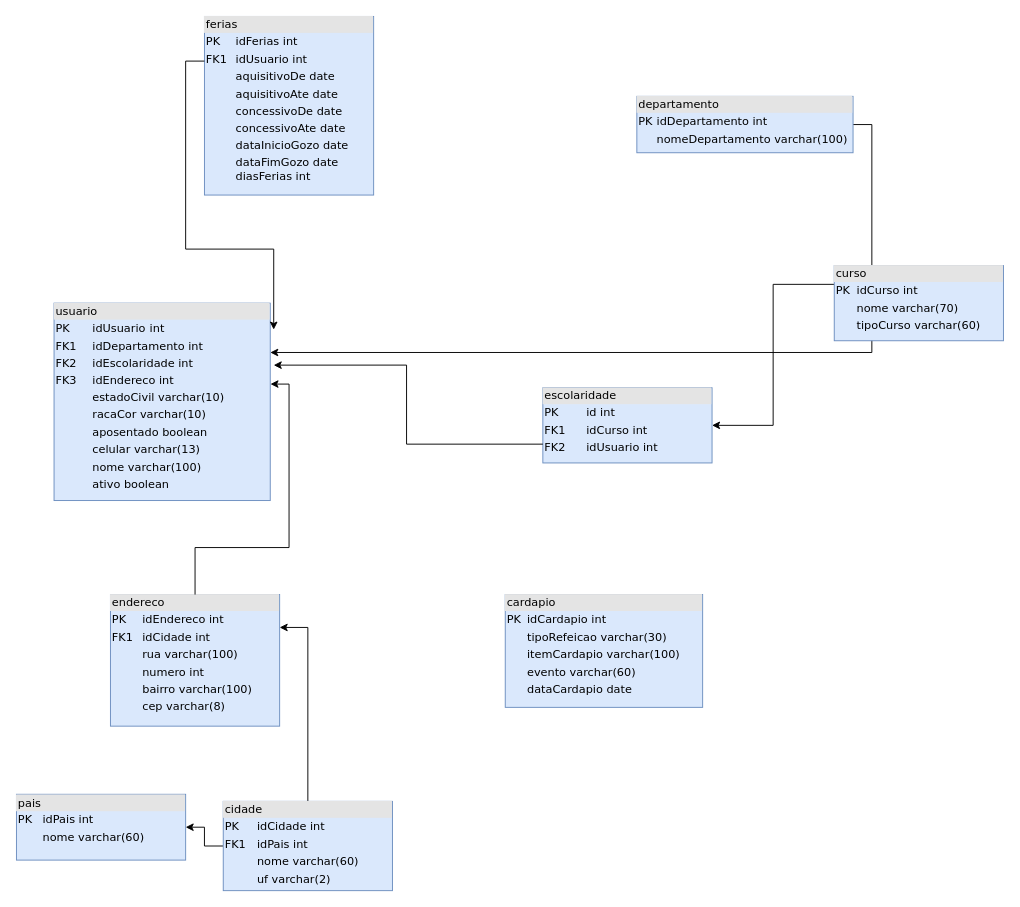
The draw.io diagram Diagrama sem nome.drawio in dominguesVini/HubGest, before the edit. Source tidied: cells renumbered, new cells numbered last; positions are measured from the earlier drawing's top-left corner, leaving out a move shared by most shapes. Both pictures are drawn from the tidied source at 94%, with x=0, y=0 at pixel (16, 16).
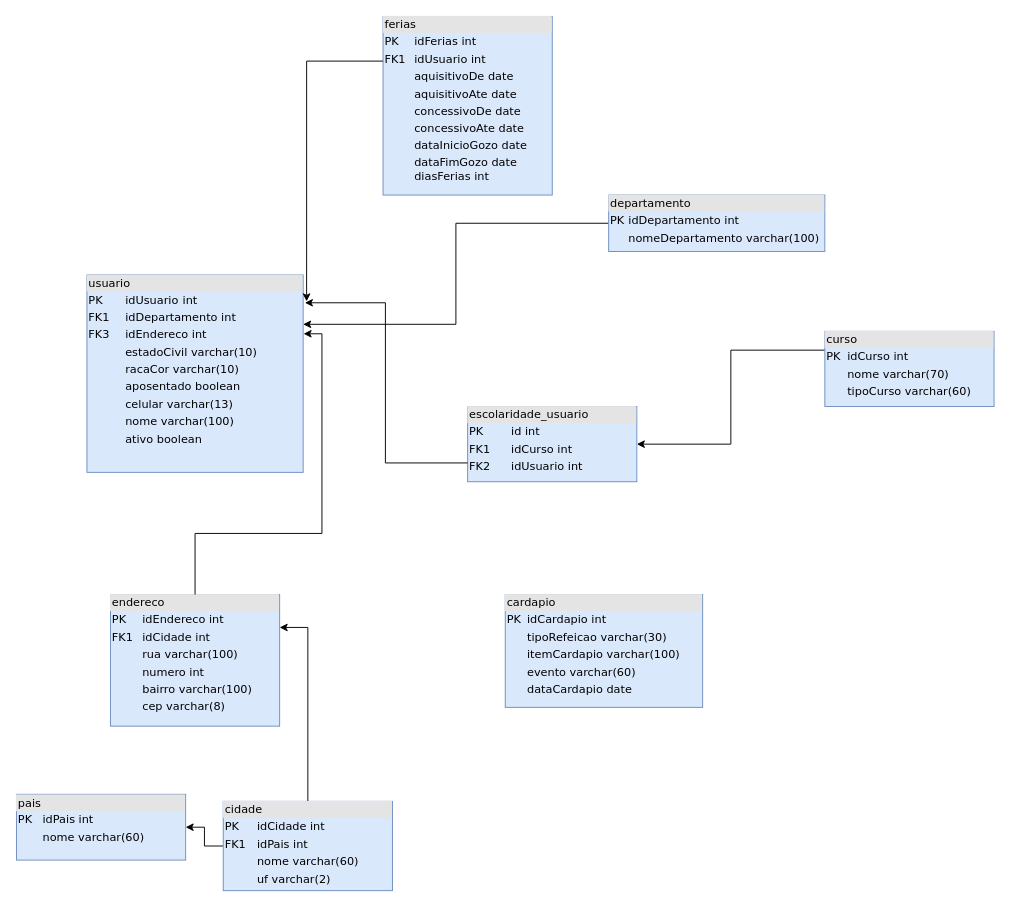
Above is the later version.

Change to the diagram source:
```diff
@@
 <mxGraphModel>
   <root>
     <mxCell id="0" />
     <mxCell id="1" parent="0" />
-    <mxCell id="2" value="&lt;div style=&quot;box-sizing:border-box;width:100%;background:#e4e4e4;padding:2px;&quot;&gt;usuario&lt;/div&gt;&lt;table style=&quot;width:100%;font-size:1em;&quot; cellpadding=&quot;2&quot; cellspacing=&quot;0&quot;&gt;&lt;tbody&gt;&lt;tr&gt;&lt;td&gt;PK&lt;/td&gt;&lt;td&gt;&lt;br&gt;&lt;/td&gt;&lt;td&gt;idUsuario&lt;span style=&quot;white-space: pre;&quot;&gt;&#9;&lt;/span&gt;int&lt;/td&gt;&lt;td&gt;&lt;br&gt;&lt;/td&gt;&lt;/tr&gt;&lt;tr&gt;&lt;td&gt;FK1&lt;/td&gt;&lt;td&gt;&lt;br&gt;&lt;/td&gt;&lt;td&gt;idDepartamento int&lt;/td&gt;&lt;td&gt;&lt;br&gt;&lt;/td&gt;&lt;/tr&gt;&lt;tr&gt;&lt;td&gt;FK2&lt;/td&gt;&lt;td&gt;&lt;br&gt;&lt;/td&gt;&lt;td&gt;idEscolaridade int&lt;/td&gt;&lt;td&gt;&lt;br&gt;&lt;/td&gt;&lt;/tr&gt;&lt;tr&gt;&lt;td&gt;FK3&lt;/td&gt;&lt;td&gt;&lt;br&gt;&lt;/td&gt;&lt;td&gt;idEndereco int&lt;/td&gt;&lt;td&gt;&lt;br&gt;&lt;/td&gt;&lt;/tr&gt;&lt;tr&gt;&lt;td&gt;&amp;nbsp;&amp;nbsp;&lt;/td&gt;&lt;td&gt;&lt;br&gt;&lt;/td&gt;&lt;td&gt;estadoCivil varchar(10)&lt;/td&gt;&lt;td&gt;&lt;br&gt;&lt;/td&gt;&lt;/tr&gt;&lt;tr&gt;&lt;td&gt;&lt;br&gt;&lt;/td&gt;&lt;td&gt;&lt;br&gt;&lt;/td&gt;&lt;td&gt;racaCor varchar(10)&lt;/td&gt;&lt;td&gt;&lt;br&gt;&lt;/td&gt;&lt;/tr&gt;&lt;tr&gt;&lt;td&gt;&lt;br&gt;&lt;/td&gt;&lt;td&gt;&lt;br&gt;&lt;/td&gt;&lt;td&gt;aposentado boolean&lt;/td&gt;&lt;td&gt;&lt;br&gt;&lt;/td&gt;&lt;/tr&gt;&lt;tr&gt;&lt;td&gt;&lt;br&gt;&lt;/td&gt;&lt;td&gt;&lt;br&gt;&lt;/td&gt;&lt;td&gt;celular varchar(13)&lt;/td&gt;&lt;td&gt;&lt;br&gt;&lt;/td&gt;&lt;/tr&gt;&lt;tr&gt;&lt;td&gt;&lt;br&gt;&lt;/td&gt;&lt;td&gt;&lt;br&gt;&lt;/td&gt;&lt;td&gt;nome varchar(100)&lt;/td&gt;&lt;td&gt;&lt;br&gt;&lt;/td&gt;&lt;/tr&gt;&lt;tr&gt;&lt;td&gt;&lt;br&gt;&lt;/td&gt;&lt;td&gt;&lt;br&gt;&lt;/td&gt;&lt;td&gt;ativo boolean&lt;/td&gt;&lt;td&gt;&lt;br&gt;&lt;/td&gt;&lt;/tr&gt;&lt;/tbody&gt;&lt;/table&gt;" style="verticalAlign=top;align=left;overflow=fill;html=1;rounded=0;shadow=0;comic=0;labelBackgroundColor=none;strokeWidth=1;fontFamily=Verdana;fontSize=12;fillColor=#dae8fc;strokeColor=#6c8ebf;" parent="1" vertex="1">
-      <mxGeometry x="40" y="305" width="230" height="210" as="geometry" />
+    <mxCell id="2" value="&lt;div style=&quot;box-sizing:border-box;width:100%;background:#e4e4e4;padding:2px;&quot;&gt;usuario&lt;/div&gt;&lt;table style=&quot;width:100%;font-size:1em;&quot; cellpadding=&quot;2&quot; cellspacing=&quot;0&quot;&gt;&lt;tbody&gt;&lt;tr&gt;&lt;td&gt;PK&lt;/td&gt;&lt;td&gt;&lt;br&gt;&lt;/td&gt;&lt;td&gt;idUsuario&lt;span style=&quot;white-space: pre;&quot;&gt;&#9;&lt;/span&gt;int&lt;/td&gt;&lt;td&gt;&lt;br&gt;&lt;/td&gt;&lt;/tr&gt;&lt;tr&gt;&lt;td&gt;FK1&lt;/td&gt;&lt;td&gt;&lt;br&gt;&lt;/td&gt;&lt;td&gt;idDepartamento int&lt;/td&gt;&lt;td&gt;&lt;br&gt;&lt;/td&gt;&lt;/tr&gt;&lt;tr&gt;&lt;td&gt;FK3&lt;/td&gt;&lt;td&gt;&lt;br&gt;&lt;/td&gt;&lt;td&gt;idEndereco int&lt;/td&gt;&lt;td&gt;&lt;br&gt;&lt;/td&gt;&lt;/tr&gt;&lt;tr&gt;&lt;td&gt;&amp;nbsp;&amp;nbsp;&lt;/td&gt;&lt;td&gt;&lt;br&gt;&lt;/td&gt;&lt;td&gt;estadoCivil varchar(10)&lt;/td&gt;&lt;td&gt;&lt;br&gt;&lt;/td&gt;&lt;/tr&gt;&lt;tr&gt;&lt;td&gt;&lt;br&gt;&lt;/td&gt;&lt;td&gt;&lt;br&gt;&lt;/td&gt;&lt;td&gt;racaCor varchar(10)&lt;/td&gt;&lt;td&gt;&lt;br&gt;&lt;/td&gt;&lt;/tr&gt;&lt;tr&gt;&lt;td&gt;&lt;br&gt;&lt;/td&gt;&lt;td&gt;&lt;br&gt;&lt;/td&gt;&lt;td&gt;aposentado boolean&lt;/td&gt;&lt;td&gt;&lt;br&gt;&lt;/td&gt;&lt;/tr&gt;&lt;tr&gt;&lt;td&gt;&lt;br&gt;&lt;/td&gt;&lt;td&gt;&lt;br&gt;&lt;/td&gt;&lt;td&gt;celular varchar(13)&lt;/td&gt;&lt;td&gt;&lt;br&gt;&lt;/td&gt;&lt;/tr&gt;&lt;tr&gt;&lt;td&gt;&lt;br&gt;&lt;/td&gt;&lt;td&gt;&lt;br&gt;&lt;/td&gt;&lt;td&gt;nome varchar(100)&lt;/td&gt;&lt;td&gt;&lt;br&gt;&lt;/td&gt;&lt;/tr&gt;&lt;tr&gt;&lt;td&gt;&lt;br&gt;&lt;/td&gt;&lt;td&gt;&lt;br&gt;&lt;/td&gt;&lt;td&gt;ativo boolean&lt;/td&gt;&lt;td&gt;&lt;br&gt;&lt;/td&gt;&lt;/tr&gt;&lt;/tbody&gt;&lt;/table&gt;" style="verticalAlign=top;align=left;overflow=fill;html=1;rounded=0;shadow=0;comic=0;labelBackgroundColor=none;strokeWidth=1;fontFamily=Verdana;fontSize=12;fillColor=#dae8fc;strokeColor=#6c8ebf;" parent="1" vertex="1">
+      <mxGeometry x="75" y="275" width="230" height="210" as="geometry" />
     </mxCell>
-    <mxCell id="3" value="&lt;div style=&quot;box-sizing: border-box ; width: 100% ; background: #e4e4e4 ; padding: 2px&quot;&gt;escolaridade&lt;/div&gt;&lt;table style=&quot;width: 100% ; font-size: 1em&quot; cellpadding=&quot;2&quot; cellspacing=&quot;0&quot;&gt;&lt;tbody&gt;&lt;tr&gt;&lt;td&gt;PK&lt;/td&gt;&lt;td&gt;id int&lt;/td&gt;&lt;/tr&gt;&lt;tr&gt;&lt;td&gt;FK1&lt;/td&gt;&lt;td&gt;idCurso int&lt;/td&gt;&lt;/tr&gt;&lt;tr&gt;&lt;td&gt;FK2&lt;/td&gt;&lt;td&gt;idUsuario int&lt;/td&gt;&lt;/tr&gt;&lt;/tbody&gt;&lt;/table&gt;" style="verticalAlign=top;align=left;overflow=fill;html=1;rounded=0;shadow=0;comic=0;labelBackgroundColor=none;strokeWidth=1;fontFamily=Verdana;fontSize=12;fillColor=#dae8fc;strokeColor=#6c8ebf;" parent="1" vertex="1">
-      <mxGeometry x="560" y="395" width="180" height="80" as="geometry" />
-    </mxCell>
     <mxCell id="4" value="&lt;div style=&quot;box-sizing: border-box ; width: 100% ; background: #e4e4e4 ; padding: 2px&quot;&gt;endereco&lt;/div&gt;&lt;table style=&quot;width: 100% ; font-size: 1em&quot; cellpadding=&quot;2&quot; cellspacing=&quot;0&quot;&gt;&lt;tbody&gt;&lt;tr&gt;&lt;td&gt;PK&lt;/td&gt;&lt;td&gt;idEndereco int&lt;/td&gt;&lt;/tr&gt;&lt;tr&gt;&lt;td&gt;FK1&lt;/td&gt;&lt;td&gt;idCidade int&lt;/td&gt;&lt;/tr&gt;&lt;tr&gt;&lt;td&gt;&lt;br&gt;&lt;/td&gt;&lt;td&gt;rua varchar(100)&lt;/td&gt;&lt;/tr&gt;&lt;tr&gt;&lt;td&gt;&lt;/td&gt;&lt;td&gt;numero int&lt;/td&gt;&lt;/tr&gt;&lt;tr&gt;&lt;td&gt;&lt;br&gt;&lt;/td&gt;&lt;td&gt;bairro varchar(100)&lt;br&gt;&lt;/td&gt;&lt;/tr&gt;&lt;tr&gt;&lt;td&gt;&lt;br&gt;&lt;/td&gt;&lt;td&gt;cep varchar(8)&lt;/td&gt;&lt;/tr&gt;&lt;tr&gt;&lt;td&gt;&lt;br&gt;&lt;/td&gt;&lt;td&gt;&lt;br&gt;&lt;/td&gt;&lt;/tr&gt;&lt;/tbody&gt;&lt;/table&gt;" style="verticalAlign=top;align=left;overflow=fill;html=1;rounded=0;shadow=0;comic=0;labelBackgroundColor=none;strokeWidth=1;fontFamily=Verdana;fontSize=12;fillColor=#dae8fc;strokeColor=#6c8ebf;" parent="1" vertex="1">
       <mxGeometry x="100" y="615" width="180" height="140" as="geometry" />
     </mxCell>
-    <mxCell id="5" style="edgeStyle=orthogonalEdgeStyle;rounded=0;jettySize=auto;html=1;exitX=1;exitY=0.5;exitDx=0;exitDy=0;entryX=1;entryY=0.25;entryDx=0;entryDy=0;" parent="1" edge="1" source="6" target="2">
+    <mxCell id="5" style="edgeStyle=orthogonalEdgeStyle;rounded=0;jettySize=auto;html=1;exitX=0;exitY=0.5;exitDx=0;exitDy=0;entryX=1;entryY=0.25;entryDx=0;entryDy=0;" parent="1" edge="1" source="6" target="2">
       <mxGeometry relative="1" as="geometry" />
     </mxCell>
     <mxCell id="6" value="&lt;div style=&quot;box-sizing: border-box ; width: 100% ; background: #e4e4e4 ; padding: 2px&quot;&gt;departamento&lt;/div&gt;&lt;table style=&quot;width: 100% ; font-size: 1em&quot; cellpadding=&quot;2&quot; cellspacing=&quot;0&quot;&gt;&lt;tbody&gt;&lt;tr&gt;&lt;td&gt;PK&lt;/td&gt;&lt;td&gt;idDepartamento int&lt;/td&gt;&lt;/tr&gt;&lt;tr&gt;&lt;td&gt;&lt;br&gt;&lt;/td&gt;&lt;td&gt;nomeDepartamento varchar(100)&lt;br&gt;&lt;/td&gt;&lt;/tr&gt;&lt;/tbody&gt;&lt;/table&gt;" style="verticalAlign=top;align=left;overflow=fill;html=1;rounded=0;shadow=0;comic=0;labelBackgroundColor=none;strokeWidth=1;fontFamily=Verdana;fontSize=12;fillColor=#dae8fc;strokeColor=#6c8ebf;" parent="1" vertex="1">
-      <mxGeometry x="660" y="85" width="230" height="60" as="geometry" />
+      <mxGeometry x="630" y="190" width="230" height="60" as="geometry" />
     </mxCell>
     <mxCell id="7" value="&lt;div style=&quot;box-sizing: border-box ; width: 100% ; background: #e4e4e4 ; padding: 2px&quot;&gt;ferias&lt;/div&gt;&lt;table style=&quot;width: 100% ; font-size: 1em&quot; cellpadding=&quot;2&quot; cellspacing=&quot;0&quot;&gt;&lt;tbody&gt;&lt;tr&gt;&lt;td&gt;PK&lt;/td&gt;&lt;td&gt;idFerias int&lt;/td&gt;&lt;/tr&gt;&lt;tr&gt;&lt;td&gt;FK1&lt;/td&gt;&lt;td&gt;idUsuario int&lt;/td&gt;&lt;/tr&gt;&lt;tr&gt;&lt;td&gt;&lt;/td&gt;&lt;td&gt;aquisitivoDe date&lt;/td&gt;&lt;/tr&gt;&lt;tr&gt;&lt;td&gt;&lt;br&gt;&lt;/td&gt;&lt;td&gt;aquisitivoAte date&lt;br&gt;&lt;/td&gt;&lt;/tr&gt;&lt;tr&gt;&lt;td&gt;&lt;br&gt;&lt;/td&gt;&lt;td&gt;concessivoDe date&lt;br&gt;&lt;/td&gt;&lt;/tr&gt;&lt;tr&gt;&lt;td&gt;&lt;br&gt;&lt;/td&gt;&lt;td&gt;concessivoAte date&lt;/td&gt;&lt;/tr&gt;&lt;tr&gt;&lt;td&gt;&lt;br&gt;&lt;/td&gt;&lt;td&gt;dataInicioGozo date&lt;/td&gt;&lt;/tr&gt;&lt;tr&gt;&lt;td&gt;&lt;br&gt;&lt;/td&gt;&lt;td&gt;dataFimGozo date&lt;br&gt;diasFerias int&lt;/td&gt;&lt;/tr&gt;&lt;/tbody&gt;&lt;/table&gt;" style="verticalAlign=top;align=left;overflow=fill;html=1;rounded=0;shadow=0;comic=0;labelBackgroundColor=none;strokeWidth=1;fontFamily=Verdana;fontSize=12;fillColor=#dae8fc;strokeColor=#6c8ebf;" parent="1" vertex="1">
-      <mxGeometry x="200" width="180" height="190" as="geometry" />
+      <mxGeometry x="390" width="180" height="190" as="geometry" />
     </mxCell>
     <mxCell id="8" style="edgeStyle=orthogonalEdgeStyle;rounded=0;jettySize=auto;html=1;exitX=0.5;exitY=0;exitDx=0;exitDy=0;entryX=1;entryY=0.25;entryDx=0;entryDy=0;" parent="1" edge="1" source="10" target="4">
       <mxGeometry relative="1" as="geometry" />
     </mxCell>
     <mxCell id="9" style="edgeStyle=orthogonalEdgeStyle;rounded=0;jettySize=auto;html=1;exitX=0;exitY=0.5;exitDx=0;exitDy=0;" parent="1" edge="1" source="10" target="12">
       <mxGeometry relative="1" as="geometry" />
     </mxCell>
     <mxCell id="10" value="&lt;div style=&quot;box-sizing: border-box ; width: 100% ; background: #e4e4e4 ; padding: 2px&quot;&gt;cidade&lt;/div&gt;&lt;table style=&quot;width: 100% ; font-size: 1em&quot; cellpadding=&quot;2&quot; cellspacing=&quot;0&quot;&gt;&lt;tbody&gt;&lt;tr&gt;&lt;td&gt;PK&lt;/td&gt;&lt;td&gt;idCidade int&lt;/td&gt;&lt;/tr&gt;&lt;tr&gt;&lt;td&gt;FK1&lt;/td&gt;&lt;td&gt;idPais int&lt;/td&gt;&lt;/tr&gt;&lt;tr&gt;&lt;td&gt;&lt;/td&gt;&lt;td&gt;nome varchar(60)&lt;/td&gt;&lt;/tr&gt;&lt;tr&gt;&lt;td&gt;&lt;br&gt;&lt;/td&gt;&lt;td&gt;uf varchar(2)&lt;/td&gt;&lt;/tr&gt;&lt;/tbody&gt;&lt;/table&gt;" style="verticalAlign=top;align=left;overflow=fill;html=1;rounded=0;shadow=0;comic=0;labelBackgroundColor=none;strokeWidth=1;fontFamily=Verdana;fontSize=12;fillColor=#dae8fc;strokeColor=#6c8ebf;" parent="1" vertex="1">
       <mxGeometry x="220" y="835" width="180" height="95" as="geometry" />
     </mxCell>
-    <mxCell id="11" style="edgeStyle=orthogonalEdgeStyle;rounded=0;jettySize=auto;html=1;exitX=0.5;exitY=0;exitDx=0;exitDy=0;entryX=1.001;entryY=0.41;entryDx=0;entryDy=0;entryPerimeter=0;" parent="1" edge="1" source="4" target="2">
-      <mxGeometry relative="1" as="geometry" />
-    </mxCell>
     <mxCell id="12" value="&lt;div style=&quot;box-sizing: border-box ; width: 100% ; background: #e4e4e4 ; padding: 2px&quot;&gt;pais&lt;/div&gt;&lt;table style=&quot;width: 100% ; font-size: 1em&quot; cellpadding=&quot;2&quot; cellspacing=&quot;0&quot;&gt;&lt;tbody&gt;&lt;tr&gt;&lt;td&gt;PK&lt;/td&gt;&lt;td&gt;idPais int&lt;/td&gt;&lt;/tr&gt;&lt;tr&gt;&lt;td&gt;&lt;/td&gt;&lt;td&gt;nome varchar(60)&lt;/td&gt;&lt;/tr&gt;&lt;/tbody&gt;&lt;/table&gt;" style="verticalAlign=top;align=left;overflow=fill;html=1;rounded=0;shadow=0;comic=0;labelBackgroundColor=none;strokeWidth=1;fontFamily=Verdana;fontSize=12;fillColor=#dae8fc;strokeColor=#6c8ebf;" parent="1" vertex="1">
       <mxGeometry y="827.5" width="180" height="70" as="geometry" />
     </mxCell>
-    <mxCell id="13" style="edgeStyle=orthogonalEdgeStyle;rounded=0;jettySize=auto;html=1;exitX=0;exitY=0.75;exitDx=0;exitDy=0;entryX=1.016;entryY=0.314;entryDx=0;entryDy=0;entryPerimeter=0;" parent="1" edge="1" source="3" target="2">
-      <mxGeometry relative="1" as="geometry" />
-    </mxCell>
     <mxCell id="14" style="edgeStyle=orthogonalEdgeStyle;rounded=0;jettySize=auto;html=1;exitX=0;exitY=0.25;exitDx=0;exitDy=0;entryX=1;entryY=0.5;entryDx=0;entryDy=0;" parent="1" edge="1" source="15" target="3">
       <mxGeometry relative="1" as="geometry" />
     </mxCell>
     <mxCell id="15" value="&lt;div style=&quot;box-sizing: border-box ; width: 100% ; background: #e4e4e4 ; padding: 2px&quot;&gt;curso&lt;/div&gt;&lt;table style=&quot;width: 100% ; font-size: 1em&quot; cellpadding=&quot;2&quot; cellspacing=&quot;0&quot;&gt;&lt;tbody&gt;&lt;tr&gt;&lt;td&gt;PK&lt;/td&gt;&lt;td&gt;idCurso int&lt;/td&gt;&lt;/tr&gt;&lt;tr&gt;&lt;td&gt;&lt;br&gt;&lt;/td&gt;&lt;td&gt;nome varchar(70)&lt;/td&gt;&lt;/tr&gt;&lt;tr&gt;&lt;td&gt;&lt;br&gt;&lt;/td&gt;&lt;td&gt;tipoCurso varchar(60)&lt;/td&gt;&lt;/tr&gt;&lt;/tbody&gt;&lt;/table&gt;" style="verticalAlign=top;align=left;overflow=fill;html=1;rounded=0;shadow=0;comic=0;labelBackgroundColor=none;strokeWidth=1;fontFamily=Verdana;fontSize=12;fillColor=#dae8fc;strokeColor=#6c8ebf;" parent="1" vertex="1">
-      <mxGeometry x="870" y="265" width="180" height="80" as="geometry" />
+      <mxGeometry x="860" y="335" width="180" height="80" as="geometry" />
     </mxCell>
     <mxCell id="16" value="&lt;div style=&quot;box-sizing:border-box;width:100%;background:#e4e4e4;padding:2px;&quot;&gt;cardapio&lt;/div&gt;&lt;table style=&quot;width:100%;font-size:1em;&quot; cellpadding=&quot;2&quot; cellspacing=&quot;0&quot;&gt;&lt;tbody&gt;&lt;tr&gt;&lt;td&gt;PK&lt;/td&gt;&lt;td&gt;idCardapio int&lt;/td&gt;&lt;/tr&gt;&lt;tr&gt;&lt;td&gt;&lt;br&gt;&lt;/td&gt;&lt;td&gt;tipoRefeicao varchar(30)&lt;/td&gt;&lt;/tr&gt;&lt;tr&gt;&lt;td&gt;&lt;/td&gt;&lt;td&gt;itemCardapio varchar(100)&lt;/td&gt;&lt;/tr&gt;&lt;tr&gt;&lt;td&gt;&lt;br&gt;&lt;/td&gt;&lt;td&gt;evento varchar(60)&lt;/td&gt;&lt;/tr&gt;&lt;tr&gt;&lt;td&gt;&lt;br&gt;&lt;/td&gt;&lt;td&gt;dataCardapio date&lt;/td&gt;&lt;/tr&gt;&lt;/tbody&gt;&lt;/table&gt;" style="verticalAlign=top;align=left;overflow=fill;html=1;rounded=0;shadow=0;comic=0;labelBackgroundColor=none;strokeWidth=1;fontFamily=Verdana;fontSize=12;fillColor=#dae8fc;strokeColor=#6c8ebf;" parent="1" vertex="1">
       <mxGeometry x="520" y="615" width="210" height="120" as="geometry" />
     </mxCell>
     <mxCell id="17" style="edgeStyle=orthogonalEdgeStyle;rounded=0;orthogonalLoop=1;jettySize=auto;html=1;exitX=0.5;exitY=1;exitDx=0;exitDy=0;" parent="1" edge="1" source="7" target="7">
       <mxGeometry relative="1" as="geometry" />
     </mxCell>
     <mxCell id="18" style="edgeStyle=orthogonalEdgeStyle;rounded=0;jettySize=auto;html=1;exitX=0;exitY=0.25;exitDx=0;exitDy=0;entryX=1.016;entryY=0.134;entryDx=0;entryDy=0;entryPerimeter=0;" parent="1" edge="1" source="7" target="2">
       <mxGeometry relative="1" as="geometry" />
     </mxCell>
+    <mxCell id="3" value="&lt;div style=&quot;box-sizing: border-box ; width: 100% ; background: #e4e4e4 ; padding: 2px&quot;&gt;escolaridade_usuario&lt;/div&gt;&lt;table style=&quot;width: 100% ; font-size: 1em&quot; cellpadding=&quot;2&quot; cellspacing=&quot;0&quot;&gt;&lt;tbody&gt;&lt;tr&gt;&lt;td&gt;PK&lt;/td&gt;&lt;td&gt;id int&lt;/td&gt;&lt;/tr&gt;&lt;tr&gt;&lt;td&gt;FK1&lt;/td&gt;&lt;td&gt;idCurso int&lt;/td&gt;&lt;/tr&gt;&lt;tr&gt;&lt;td&gt;FK2&lt;/td&gt;&lt;td&gt;idUsuario int&lt;/td&gt;&lt;/tr&gt;&lt;/tbody&gt;&lt;/table&gt;" style="verticalAlign=top;align=left;overflow=fill;html=1;rounded=0;shadow=0;comic=0;labelBackgroundColor=none;strokeWidth=1;fontFamily=Verdana;fontSize=12;fillColor=#dae8fc;strokeColor=#6c8ebf;" parent="1" vertex="1">
+      <mxGeometry x="480" y="415" width="180" height="80" as="geometry" />
+    </mxCell>
+    <mxCell id="13" style="edgeStyle=orthogonalEdgeStyle;rounded=0;jettySize=auto;html=1;exitX=0;exitY=0.75;exitDx=0;exitDy=0;entryX=1.008;entryY=0.141;entryDx=0;entryDy=0;entryPerimeter=0;" parent="1" edge="1" source="3" target="2">
+      <mxGeometry relative="1" as="geometry" />
+    </mxCell>
+    <mxCell id="11" style="edgeStyle=orthogonalEdgeStyle;rounded=0;jettySize=auto;html=1;exitX=0.5;exitY=0;exitDx=0;exitDy=0;entryX=1.002;entryY=0.298;entryDx=0;entryDy=0;entryPerimeter=0;" parent="1" edge="1" source="4" target="2">
+      <mxGeometry relative="1" as="geometry" />
+    </mxCell>
   </root>
 </mxGraphModel>
```
